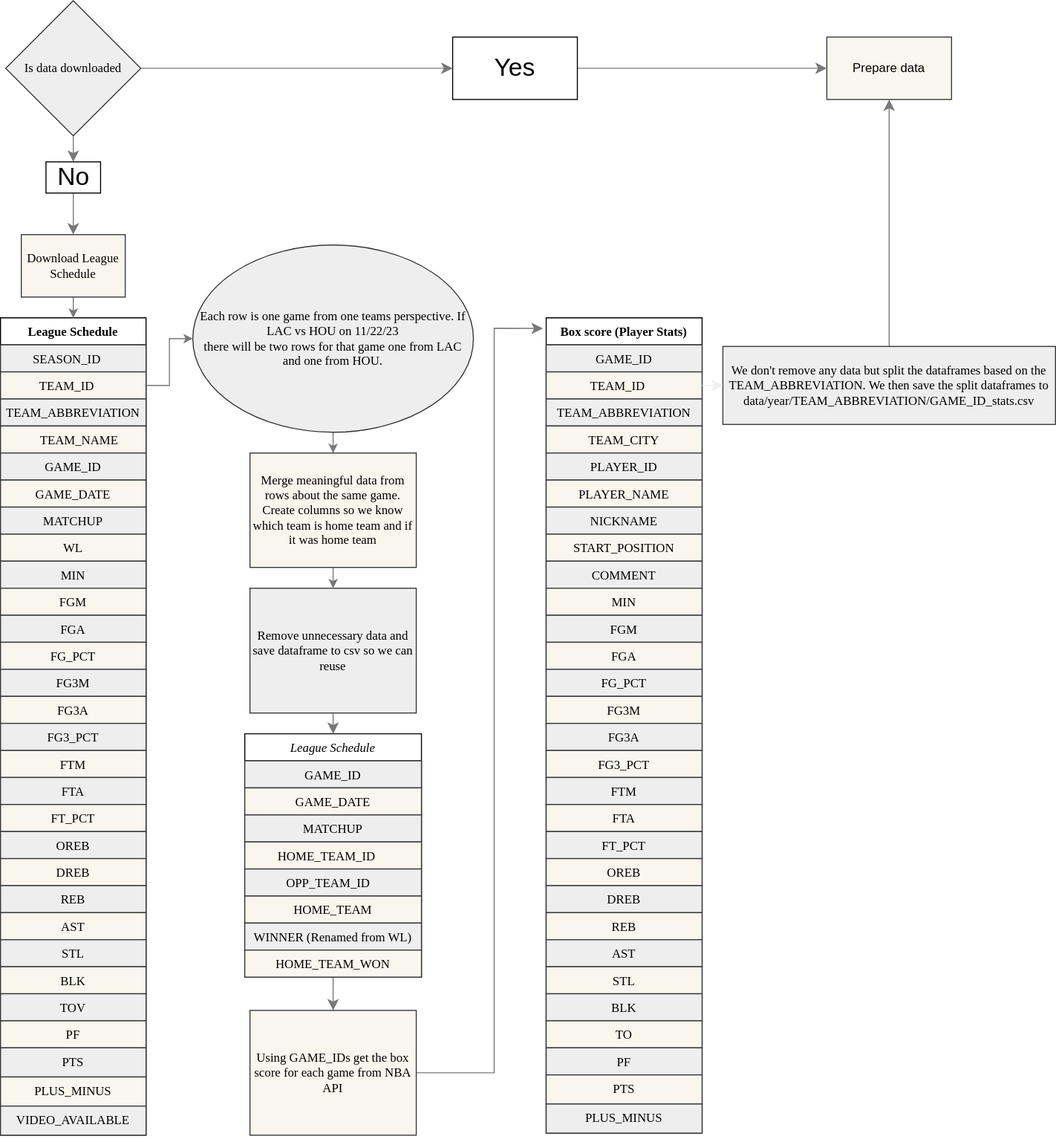
The draw.io diagram README Diagrams/Download Diagram.svg in dmb1o3/NBAWinPredictor, before a commit. Source tidied: cells renumbered, new cells last; positions are measured from the earlier drawing's top-left corner, leaving out a move shared by most shapes.
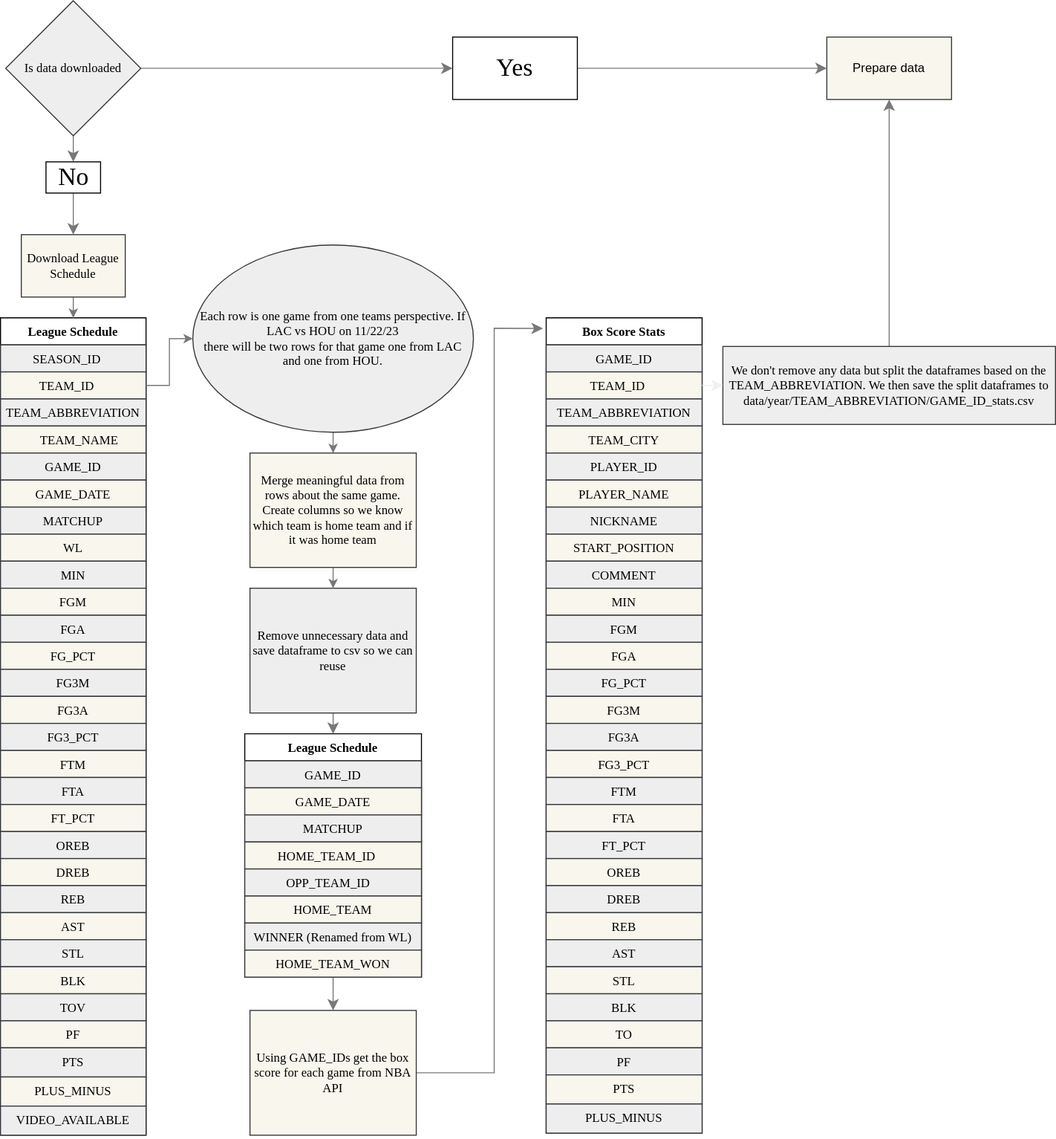
Above is the later version.

Commit message:
Updated diagrams for better readability and consistency

What changed in the source:
```diff
@@ -128,7 +128,7 @@
     <mxCell id="43" style="edgeStyle=none;curved=1;rounded=0;jettySize=auto;html=1;entryX=0.5;entryY=0;entryDx=0;entryDy=0;fontSize=12;startSize=8;endSize=8;strokeColor=#787878;" parent="1" edge="1" source="44" target="56">
       <mxGeometry relative="1" as="geometry" />
     </mxCell>
-    <mxCell id="44" value="League Schedule" style="swimlane;fontStyle=2;align=center;verticalAlign=top;horizontal=1;startSize=26;rounded=0;shadow=0;strokeWidth=1;fontFamily=Times New Roman;" parent="1" vertex="1">
+    <mxCell id="44" value="League Schedule" style="swimlane;fontStyle=1;align=center;verticalAlign=top;horizontal=1;startSize=26;rounded=0;shadow=0;strokeWidth=1;fontFamily=Times New Roman;" parent="1" vertex="1">
       <mxGeometry x="235" y="705" width="170" height="234" as="geometry" />
     </mxCell>
     <mxCell id="45" value="GAME_ID" style="text;align=center;verticalAlign=top;spacingLeft=4;spacingRight=4;overflow=hidden;rounded=0;shadow=0;html=0;fillColor=#eeeeee;strokeColor=#36393d;fontFamily=Times New Roman;" parent="44" vertex="1">
@@ -177,7 +177,7 @@
     <mxCell id="56" value="Using GAME_IDs get the box score for each game from NBA API" style="rounded=0;whiteSpace=wrap;html=1;fillColor=#f9f7ed;strokeColor=#36393d;fontFamily=Times New Roman;" parent="1" vertex="1">
       <mxGeometry x="240" y="971" width="160" height="120" as="geometry" />
     </mxCell>
-    <mxCell id="57" value="Box score (Player Stats)" style="swimlane;fontStyle=1;align=center;verticalAlign=top;horizontal=1;startSize=26;rounded=0;shadow=0;strokeWidth=1;fontFamily=Times New Roman;" parent="1" vertex="1">
+    <mxCell id="57" value="Box Score Stats" style="swimlane;fontStyle=1;align=center;verticalAlign=top;horizontal=1;startSize=26;rounded=0;shadow=0;strokeWidth=1;fontFamily=Times New Roman;" parent="1" vertex="1">
       <mxGeometry x="525" y="305" width="150" height="784" as="geometry" />
     </mxCell>
     <mxCell id="58" value="GAME_ID" style="text;align=center;verticalAlign=top;spacingLeft=4;spacingRight=4;overflow=hidden;rounded=0;shadow=0;html=0;fillColor=#eeeeee;strokeColor=#36393d;fontFamily=Times New Roman;" parent="57" vertex="1">
@@ -288,13 +288,13 @@
     <mxCell id="93" style="edgeStyle=none;curved=0;rounded=0;jettySize=auto;html=1;entryX=0;entryY=0.5;entryDx=0;entryDy=0;fontSize=12;startSize=8;endSize=8;strokeColor=#787878;" parent="1" edge="1" source="94" target="91">
       <mxGeometry relative="1" as="geometry" />
     </mxCell>
-    <mxCell id="94" value="&lt;font style=&quot;font-size: 24px;&quot;&gt;Yes&lt;/font&gt;" style="rounded=0;whiteSpace=wrap;html=1;" parent="1" vertex="1">
+    <mxCell id="94" value="&lt;font style=&quot;font-size: 24px;&quot;&gt;Yes&lt;/font&gt;" style="rounded=0;whiteSpace=wrap;html=1;fontFamily=Times New Roman;" parent="1" vertex="1">
       <mxGeometry x="435" y="35" width="120" height="60" as="geometry" />
     </mxCell>
     <mxCell id="95" style="edgeStyle=none;curved=1;rounded=0;jettySize=auto;html=1;entryX=0.5;entryY=0;entryDx=0;entryDy=0;fontSize=12;startSize=8;endSize=8;strokeColor=#787878;" parent="1" edge="1" source="96" target="36">
       <mxGeometry relative="1" as="geometry" />
     </mxCell>
-    <mxCell id="96" value="&lt;font style=&quot;font-size: 24px;&quot;&gt;No&lt;/font&gt;" style="rounded=0;whiteSpace=wrap;html=1;" parent="1" vertex="1">
+    <mxCell id="96" value="&lt;font style=&quot;font-size: 24px;&quot;&gt;No&lt;/font&gt;" style="rounded=0;whiteSpace=wrap;html=1;fontFamily=Times New Roman;" parent="1" vertex="1">
       <mxGeometry x="43.8" y="155" width="52.5" height="30" as="geometry" />
     </mxCell>
   </root>
```
